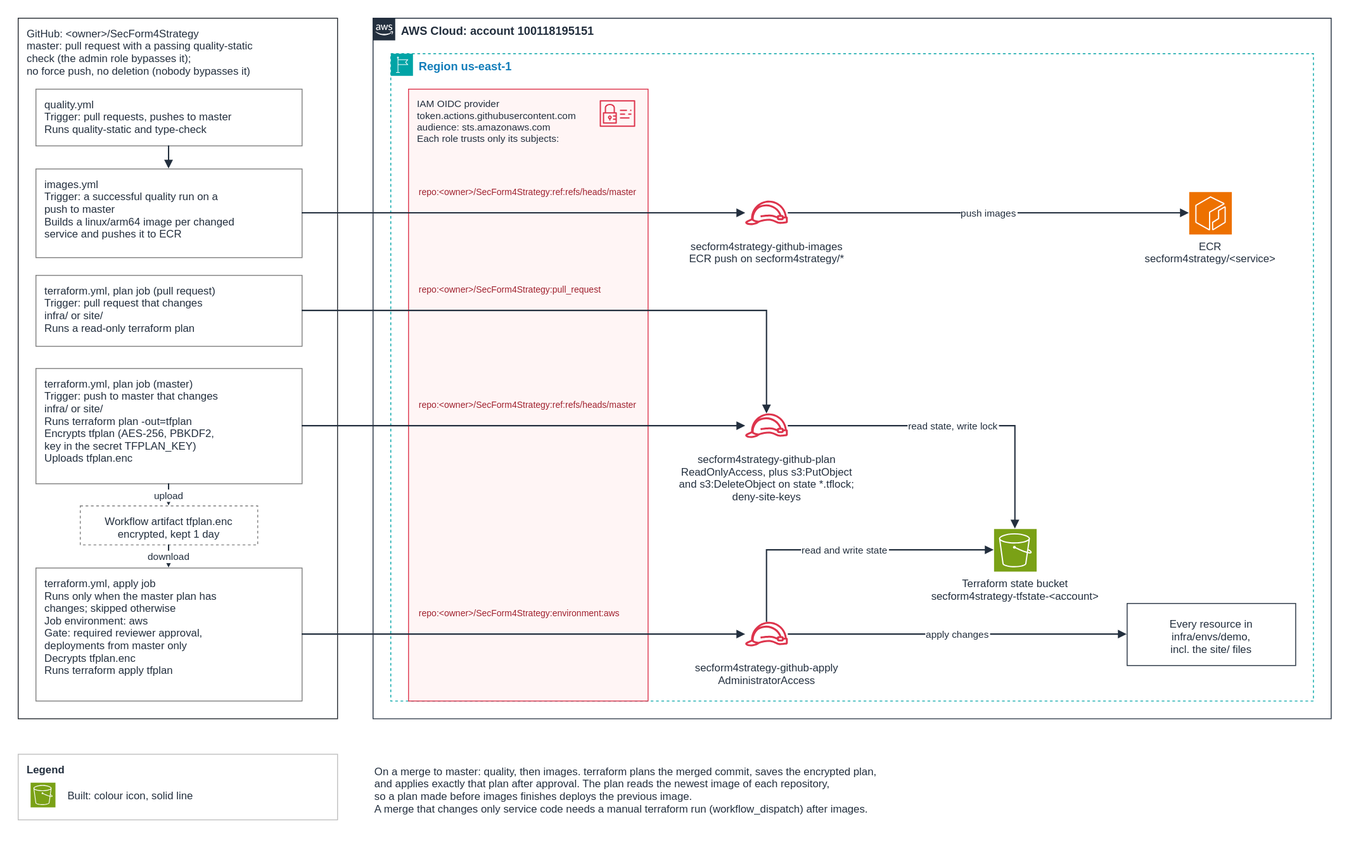
josemita87/SecForm4Strategy keeps this draw.io diagram as docs/diagrams/aws-ci-cd.drawio.svg. Above is the earlier version. Source tidied: cells renumbered, new cells last; positions are measured from the earlier drawing's top-left corner, leaving out a move shared by most shapes.
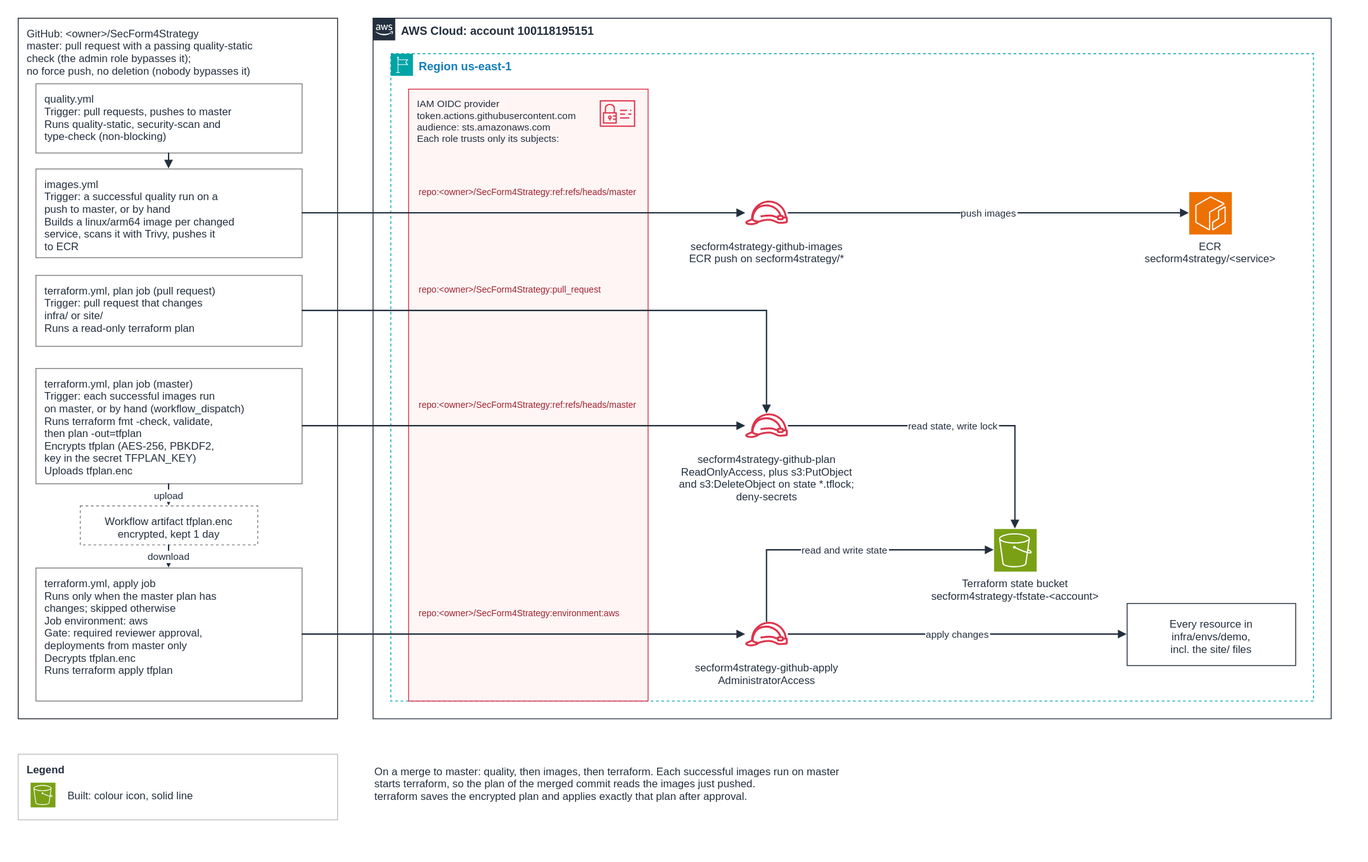
The same file after the commit.

Diff of the diagram source:
```diff
@@ -5,7 +5,7 @@
     <mxCell id="2" value="GitHub: &lt;owner&gt;/SecForm4Strategy&#10;master: pull request with a passing quality-static&#10;check (the admin role bypasses it);&#10;no force push, no deletion (nobody bypasses it)" style="rounded=0;arcSize=6;html=0;fillColor=none;strokeColor=#24292F;fontColor=#232F3E;fontSize=12;fontStyle=0;verticalAlign=top;align=left;spacingLeft=8;spacingTop=4;spacingRight=8;" parent="1" vertex="1">
       <mxGeometry width="360" height="790" as="geometry" />
     </mxCell>
-    <mxCell id="3" value="images.yml&#10;Trigger: a successful quality run on a&#10;push to master&#10;Builds a linux/arm64 image per changed&#10;service and pushes it to ECR" style="rounded=0;arcSize=6;html=0;fillColor=#FFFFFF;strokeColor=#7F7F7F;fontColor=#232F3E;fontSize=12;fontStyle=0;verticalAlign=top;align=left;spacingLeft=8;spacingTop=4;spacingRight=8;" parent="1" vertex="1">
+    <mxCell id="3" value="images.yml&#10;Trigger: a successful quality run on a&#10;push to master, or by hand&#10;Builds a linux/arm64 image per changed&#10;service, scans it with Trivy, pushes it&#10;to ECR" style="rounded=0;arcSize=6;html=0;fillColor=#FFFFFF;strokeColor=#7F7F7F;fontColor=#232F3E;fontSize=12;fontStyle=0;verticalAlign=top;align=left;spacingLeft=8;spacingTop=4;spacingRight=8;" parent="1" vertex="1">
       <mxGeometry x="20" y="170" width="300" height="100" as="geometry" />
     </mxCell>
     <mxCell id="4" value="terraform.yml, plan job (pull request)&#10;Trigger: pull request that changes&#10;infra/ or site/&#10;Runs a read-only terraform plan" style="rounded=0;arcSize=6;html=0;fillColor=#FFFFFF;strokeColor=#7F7F7F;fontColor=#232F3E;fontSize=12;fontStyle=0;verticalAlign=top;align=left;spacingLeft=8;spacingTop=4;spacingRight=8;" parent="1" vertex="1">
@@ -29,7 +29,7 @@
     <mxCell id="10" value="secform4strategy-github-images&#10;ECR push on secform4strategy/*" style="outlineConnect=0;fontColor=#232F3E;gradientColor=none;fillColor=#DD344C;strokeColor=none;dashed=0;verticalLabelPosition=bottom;verticalAlign=top;align=center;html=0;fontSize=12;fontStyle=0;shape=mxgraph.aws4.role;" parent="1" vertex="1">
       <mxGeometry x="820" y="196" width="48" height="48" as="geometry" />
     </mxCell>
-    <mxCell id="11" value="secform4strategy-github-plan&#10;ReadOnlyAccess, plus s3:PutObject&#10;and s3:DeleteObject on state *.tflock;&#10;deny-site-keys" style="outlineConnect=0;fontColor=#232F3E;gradientColor=none;fillColor=#DD344C;strokeColor=none;dashed=0;verticalLabelPosition=bottom;verticalAlign=top;align=center;html=0;fontSize=12;fontStyle=0;shape=mxgraph.aws4.role;" parent="1" vertex="1">
+    <mxCell id="11" value="secform4strategy-github-plan&#10;ReadOnlyAccess, plus s3:PutObject&#10;and s3:DeleteObject on state *.tflock;&#10;deny-secrets" style="outlineConnect=0;fontColor=#232F3E;gradientColor=none;fillColor=#DD344C;strokeColor=none;dashed=0;verticalLabelPosition=bottom;verticalAlign=top;align=center;html=0;fontSize=12;fontStyle=0;shape=mxgraph.aws4.role;" parent="1" vertex="1">
       <mxGeometry x="820" y="436" width="48" height="48" as="geometry" />
     </mxCell>
     <mxCell id="12" value="secform4strategy-github-apply&#10;AdministratorAccess" style="outlineConnect=0;fontColor=#232F3E;gradientColor=none;fillColor=#DD344C;strokeColor=none;dashed=0;verticalLabelPosition=bottom;verticalAlign=top;align=center;html=0;fontSize=12;fontStyle=0;shape=mxgraph.aws4.role;" parent="1" vertex="1">
@@ -83,16 +83,16 @@
     <mxCell id="28" value="Built: colour icon, solid line" style="text;html=0;strokeColor=none;fillColor=none;align=left;verticalAlign=middle;fontSize=12;fontColor=#232F3E;fontStyle=0;" parent="1" vertex="1">
       <mxGeometry x="54" y="862" width="300" height="28" as="geometry" />
     </mxCell>
-    <mxCell id="29" value="On a merge to master: quality, then images. terraform plans the merged commit, saves the encrypted plan,&#10;and applies exactly that plan after approval. The plan reads the newest image of each repository,&#10;so a plan made before images finishes deploys the previous image.&#10;A merge that changes only service code needs a manual terraform run (workflow_dispatch) after images." style="text;html=0;strokeColor=none;fillColor=none;align=left;verticalAlign=middle;fontSize=12;fontColor=#232F3E;fontStyle=0;" parent="1" vertex="1">
+    <mxCell id="29" value="On a merge to master: quality, then images, then terraform. Each successful images run on master&#10;starts terraform, so the plan of the merged commit reads the images just pushed.&#10;terraform saves the encrypted plan and applies exactly that plan after approval." style="text;html=0;strokeColor=none;fillColor=none;align=left;verticalAlign=middle;fontSize=12;fontColor=#232F3E;fontStyle=0;" parent="1" vertex="1">
       <mxGeometry x="400" y="830" width="800" height="80" as="geometry" />
     </mxCell>
-    <mxCell id="30" value="quality.yml&#10;Trigger: pull requests, pushes to master&#10;Runs quality-static and type-check" style="rounded=0;arcSize=6;html=0;fillColor=#FFFFFF;strokeColor=#7F7F7F;fontColor=#232F3E;fontSize=12;fontStyle=0;verticalAlign=top;align=left;spacingLeft=8;spacingTop=4;spacingRight=8;" parent="1" vertex="1">
-      <mxGeometry x="20" y="80" width="300" height="64" as="geometry" />
+    <mxCell id="30" value="quality.yml&#10;Trigger: pull requests, pushes to master&#10;Runs quality-static, security-scan and&#10;type-check (non-blocking)" style="rounded=0;arcSize=6;html=0;fillColor=#FFFFFF;strokeColor=#7F7F7F;fontColor=#232F3E;fontSize=12;fontStyle=0;verticalAlign=top;align=left;spacingLeft=8;spacingTop=4;spacingRight=8;" parent="1" vertex="1">
+      <mxGeometry x="20" y="74" width="300" height="78" as="geometry" />
     </mxCell>
     <mxCell id="31" style="edgeStyle=orthogonalEdgeStyle;rounded=0;html=0;endArrow=block;endFill=1;strokeWidth=1.5;strokeColor=#232F3E;fontColor=#232F3E;fontSize=11;labelBackgroundColor=#ffffff;exitX=0.5;exitY=1;exitDx=0;exitDy=0;entryX=0.5;entryY=0;entryDx=0;entryDy=0;" parent="1" edge="1" source="30" target="3">
       <mxGeometry relative="1" as="geometry" />
     </mxCell>
-    <mxCell id="32" value="terraform.yml, plan job (master)&#10;Trigger: push to master that changes&#10;infra/ or site/&#10;Runs terraform plan -out=tfplan&#10;Encrypts tfplan (AES-256, PBKDF2,&#10;key in the secret TFPLAN_KEY)&#10;Uploads tfplan.enc" style="rounded=0;arcSize=6;html=0;fillColor=#FFFFFF;strokeColor=#7F7F7F;fontColor=#232F3E;fontSize=12;fontStyle=0;verticalAlign=top;align=left;spacingLeft=8;spacingTop=4;spacingRight=8;" parent="1" vertex="1">
+    <mxCell id="32" value="terraform.yml, plan job (master)&#10;Trigger: each successful images run&#10;on master, or by hand (workflow_dispatch)&#10;Runs terraform fmt -check, validate,&#10;then plan -out=tfplan&#10;Encrypts tfplan (AES-256, PBKDF2,&#10;key in the secret TFPLAN_KEY)&#10;Uploads tfplan.enc" style="rounded=0;arcSize=6;html=0;fillColor=#FFFFFF;strokeColor=#7F7F7F;fontColor=#232F3E;fontSize=12;fontStyle=0;verticalAlign=top;align=left;spacingLeft=8;spacingTop=4;spacingRight=8;" parent="1" vertex="1">
       <mxGeometry x="20" y="395" width="300" height="130" as="geometry" />
     </mxCell>
     <mxCell id="33" value="Workflow artifact tfplan.enc&#10;encrypted, kept 1 day" style="rounded=0;arcSize=6;html=0;fillColor=#FFFFFF;strokeColor=#7F7F7F;dashed=1;fontColor=#232F3E;fontSize=12;fontStyle=0;verticalAlign=middle;align=center;spacingLeft=8;spacingTop=4;spacingRight=8;" parent="1" vertex="1">
```
